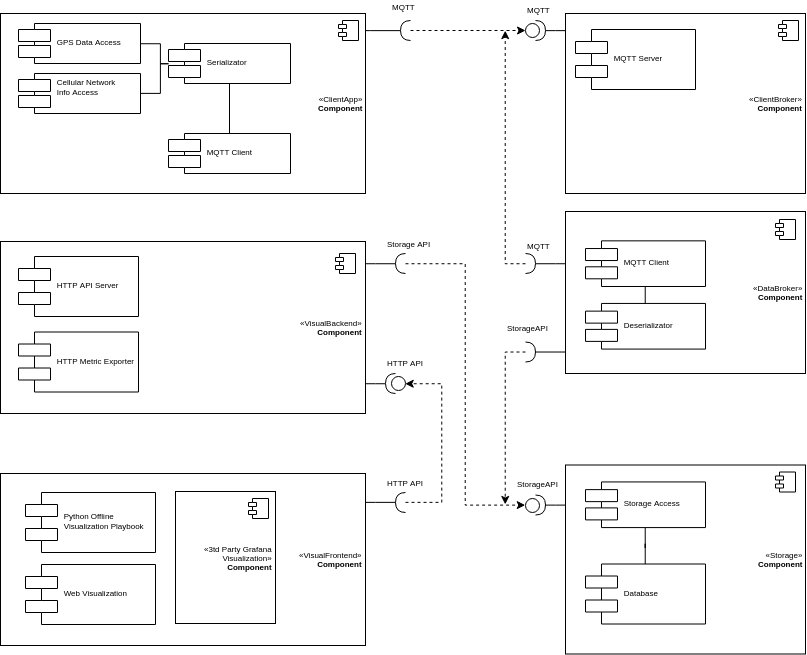
This is docs/schemes/components/Component Diagram.png from Kirkirillka/GPS_Tracker, a draw.io export, as it was before one commit. Source tidied: cells renumbered, new cells last; positions are measured from the earlier drawing's top-left corner, leaving out a move shared by most shapes.
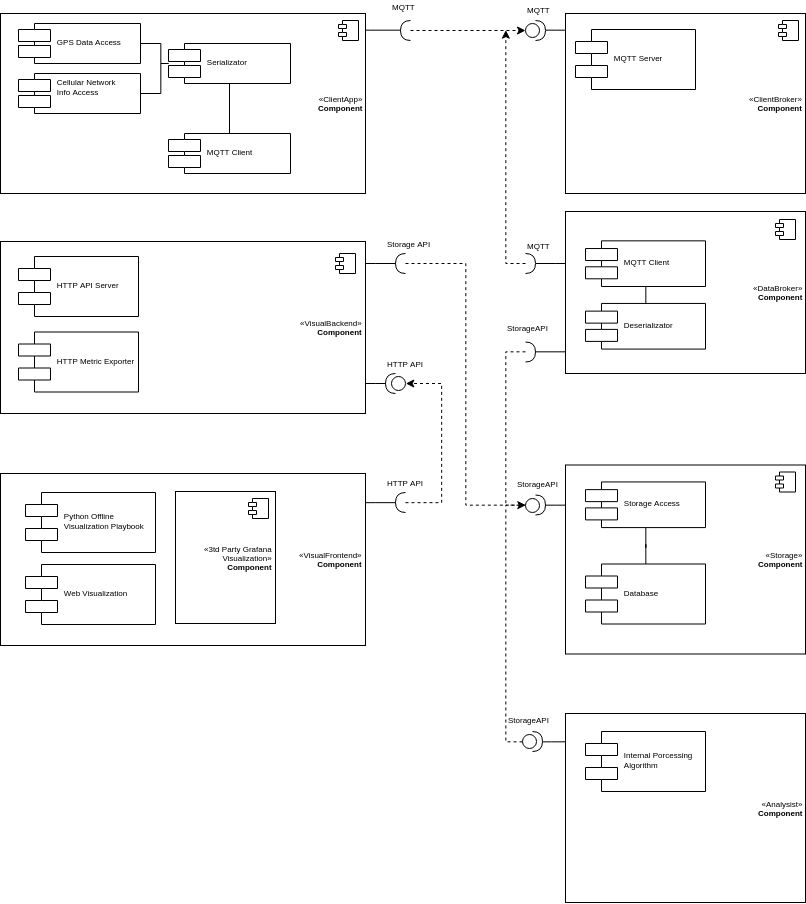
Above is the later version.

Commit message:
There must be another component - "Analysist".

This module must process GPS coordinates with Wifi connection status,
provided by FG. It's supposed to be easily integrated, but not expect to
be developed at this moment.

Change to the diagram source:
```diff
@@ -166,7 +166,7 @@
     <mxCell id="41" value="StorageAPI" style="text;html=1;align=left;verticalAlign=top;spacingTop=-4;fontSize=8;" parent="1" vertex="1">
       <mxGeometry x="505" y="321" width="60" height="10" as="geometry" />
     </mxCell>
-    <mxCell id="42" style="edgeStyle=orthogonalEdgeStyle;rounded=0;jettySize=auto;html=1;dashed=1;endArrow=classic;endFill=1;fontSize=8;" parent="1" edge="1" source="43">
+    <mxCell id="42" style="edgeStyle=orthogonalEdgeStyle;rounded=0;jettySize=auto;html=1;dashed=1;endArrow=none;endFill=0;fontSize=8;" parent="1" edge="1" source="43">
       <mxGeometry relative="1" as="geometry">
         <mxPoint x="505" y="504" as="targetPoint" />
         <Array as="points">
@@ -262,5 +262,36 @@
     <mxCell id="65" style="edgeStyle=orthogonalEdgeStyle;rounded=0;jettySize=auto;html=1;endArrow=classic;endFill=1;fontSize=8;dashed=1;" parent="1" edge="1" source="13" target="20">
       <mxGeometry relative="1" as="geometry" />
     </mxCell>
+    <mxCell id="66" style="edgeStyle=orthogonalEdgeStyle;rounded=0;jettySize=auto;html=1;startArrow=none;startFill=0;endArrow=none;endFill=0;" parent="1" edge="1" source="67" target="69">
+      <mxGeometry relative="1" as="geometry">
+        <Array as="points">
+          <mxPoint x="551" y="741" />
+          <mxPoint x="551" y="741" />
+        </Array>
+      </mxGeometry>
+    </mxCell>
+    <mxCell id="67" value="«Analysist»&lt;br&gt;&lt;b&gt;Component&lt;/b&gt;" style="html=1;fontSize=8;align=right;" parent="1" vertex="1">
+      <mxGeometry x="565" y="713" width="240" height="189" as="geometry" />
+    </mxCell>
+    <mxCell id="68" style="group;" parent="1" vertex="1">
+      <mxGeometry x="506" y="713" width="60" height="38" as="geometry" />
+    </mxCell>
+    <mxCell id="69" style="shape=providedRequiredInterface;html=1;verticalLabelPosition=bottom;fontSize=8;align=right;" parent="68" vertex="1">
+      <mxGeometry x="16" y="18" width="20" height="20" as="geometry" />
+    </mxCell>
+    <mxCell id="70" value="StorageAPI" style="text;html=1;align=left;verticalAlign=top;spacingTop=-4;fontSize=8;" parent="68" vertex="1">
+      <mxGeometry width="60" height="10" as="geometry" />
+    </mxCell>
+    <mxCell id="71" style="edgeStyle=orthogonalEdgeStyle;rounded=0;jettySize=auto;html=1;entryX=0;entryY=0.5;entryDx=0;entryDy=0;entryPerimeter=0;startArrow=none;startFill=0;endArrow=none;endFill=0;dashed=1;" parent="1" edge="1" source="69" target="26">
+      <mxGeometry relative="1" as="geometry">
+        <Array as="points">
+          <mxPoint x="505" y="741" />
+          <mxPoint x="505" y="505" />
+        </Array>
+      </mxGeometry>
+    </mxCell>
+    <mxCell id="72" value="Internal Porcessing &#10;Algorithm" style="shape=component;align=left;spacingLeft=36;fontSize=8;" parent="1" vertex="1">
+      <mxGeometry x="585" y="731" width="120" height="60" as="geometry" />
+    </mxCell>
   </root>
 </mxGraphModel>
```
